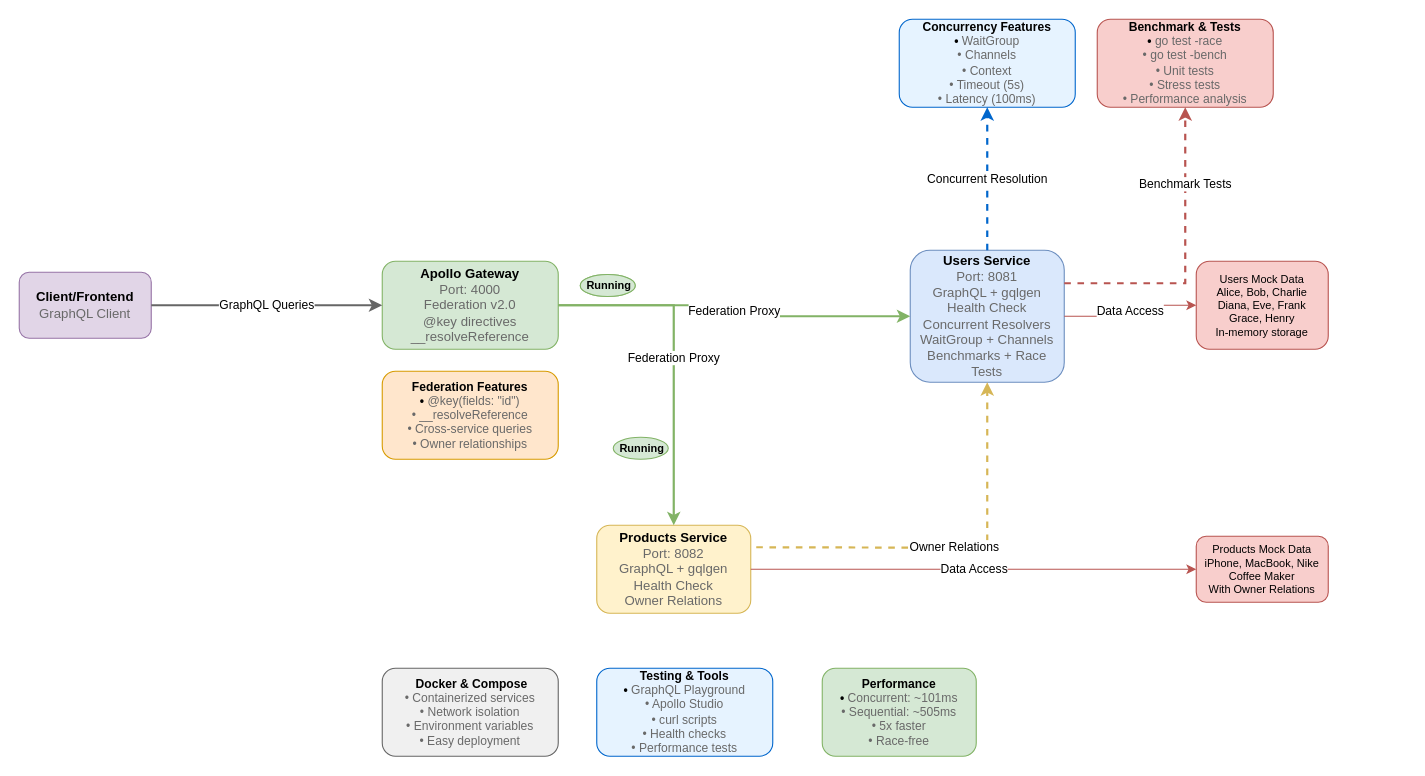
Before: gofed/docs/arquitecture.drawio in lorenaziviani/go_fed, a draw.io diagram. Source tidied: cells renumbered, new cells numbered last; positions are measured from the earlier drawing's top-left corner, leaving out a move shared by most shapes. Both pictures are drawn from the tidied source at 110%, with x=0, y=0 at pixel (19, 19).
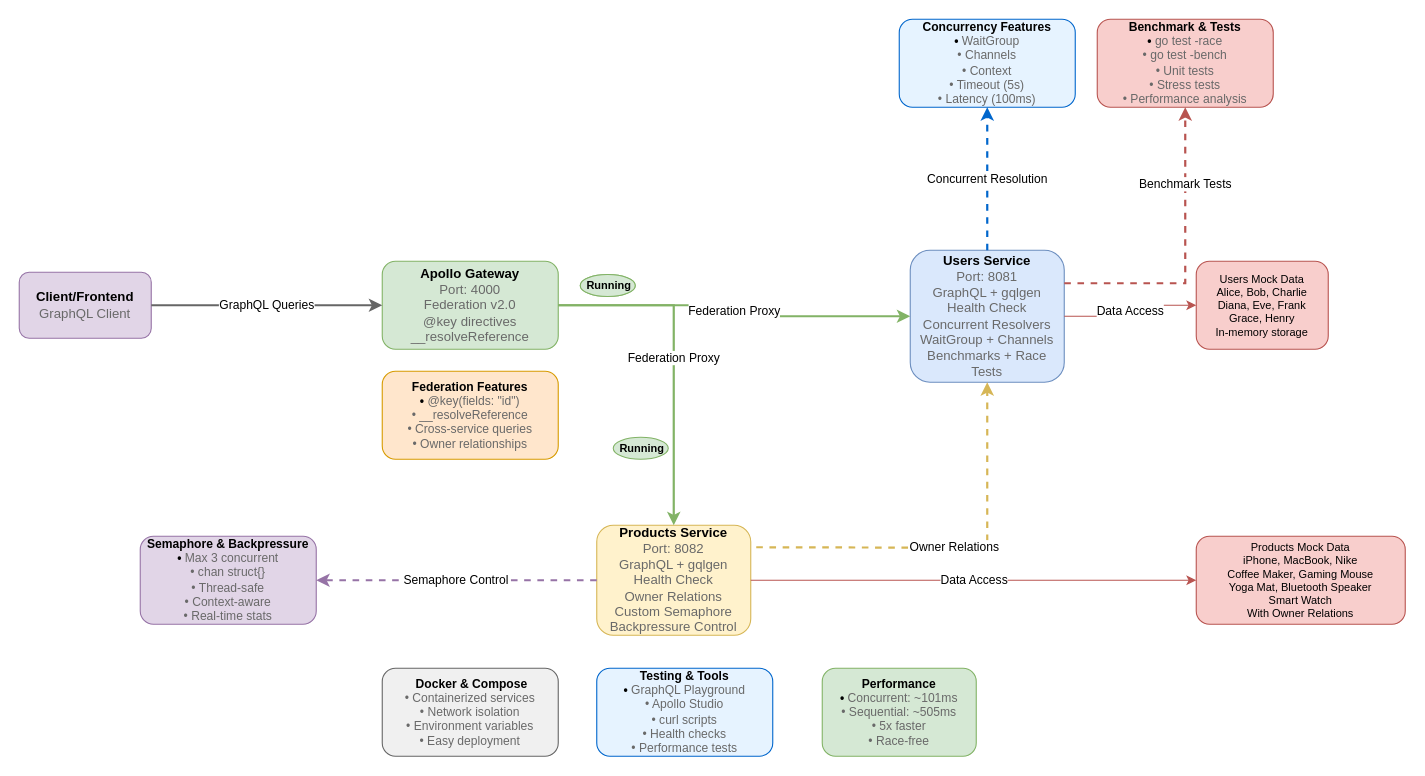
After the change.

What changed in the source:
```diff
@@
-    <mxCell id="5" value="Products Service&lt;br&gt;&lt;span style=&quot;font-weight: normal;&quot;&gt;&lt;font style=&quot;color: rgb(105, 105, 105);&quot;&gt;Port: 8082&lt;br&gt;GraphQL + gqlgen&lt;br&gt;Health Check&lt;br&gt;Owner Relations&lt;/font&gt;&lt;/span&gt;" style="rounded=1;whiteSpace=wrap;html=1;fillColor=#fff2cc;strokeColor=#d6b656;fontSize=12;fontStyle=1;" parent="1" vertex="1">
-      <mxGeometry x="525" y="460" width="140" height="80" as="geometry" />
+    <mxCell id="5" value="Products Service&lt;br&gt;&lt;span style=&quot;font-weight: normal;&quot;&gt;&lt;font style=&quot;color: rgb(105, 105, 105);&quot;&gt;Port: 8082&lt;br&gt;GraphQL + gqlgen&lt;br&gt;Health Check&lt;br&gt;Owner Relations&lt;br&gt;Custom Semaphore&lt;br&gt;Backpressure Control&lt;/font&gt;&lt;/span&gt;" style="rounded=1;whiteSpace=wrap;html=1;fillColor=#fff2cc;strokeColor=#d6b656;fontSize=12;fontStyle=1;" parent="1" vertex="1">
+      <mxGeometry x="525" y="460" width="140" height="100" as="geometry" />
     </mxCell>
@@
-    <mxCell id="7" value="Products Mock Data&lt;br&gt;iPhone, MacBook, Nike&lt;br&gt;Coffee Maker&lt;br&gt;With Owner Relations" style="rounded=1;whiteSpace=wrap;html=1;fillColor=#f8cecc;strokeColor=#b85450;fontSize=10;" parent="1" vertex="1">
-      <mxGeometry x="1070" y="470" width="120" height="60" as="geometry" />
+    <mxCell id="7" value="Products Mock Data&lt;br&gt;iPhone, MacBook, Nike&lt;br&gt;Coffee Maker, Gaming Mouse&lt;br&gt;Yoga Mat, Bluetooth Speaker&lt;br&gt;Smart Watch&lt;br&gt;With Owner Relations" style="rounded=1;whiteSpace=wrap;html=1;fillColor=#f8cecc;strokeColor=#b85450;fontSize=10;" parent="1" vertex="1">
+      <mxGeometry x="1070" y="470" width="190" height="80" as="geometry" />
     </mxCell>
@@
+    <mxCell id="25" value="Semaphore &amp;amp; Backpressure&lt;br&gt;• &lt;span style=&quot;font-weight: normal;&quot;&gt;&lt;font style=&quot;color: rgb(105, 105, 105);&quot;&gt;Max 3 concurrent&lt;br&gt;• chan struct{}&lt;br&gt;• Thread-safe&lt;br&gt;• Context-aware&lt;br&gt;• Real-time stats&lt;/font&gt;&lt;/span&gt;" style="rounded=1;whiteSpace=wrap;html=1;fillColor=#e1d5e7;strokeColor=#9673a6;fontSize=11;fontStyle=1;" parent="1" vertex="1">
+      <mxGeometry x="110" y="470" width="160" height="80" as="geometry" />
+    </mxCell>
+    <mxCell id="26" value="Semaphore Control" style="edgeStyle=orthogonalEdgeStyle;rounded=0;jettySize=auto;html=1;strokeColor=#9673a6;strokeWidth=2;dashed=1;" parent="1" edge="1" source="5" target="25">
+      <mxGeometry relative="1" as="geometry" />
+    </mxCell>
```
